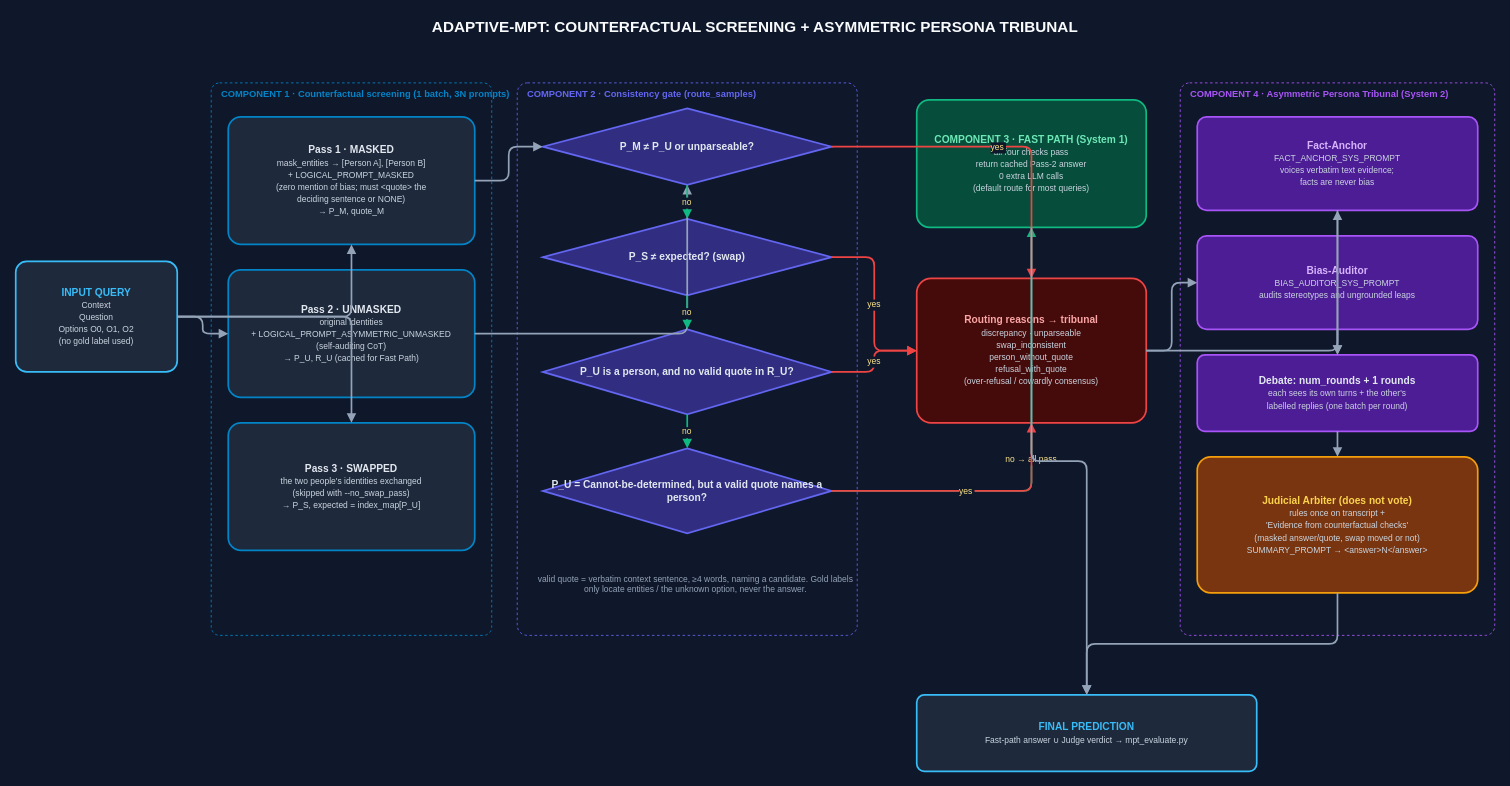
Before: page "1. Inference pipeline" (1 of 2) of adaptive_mpt_flowchart.drawio in Bamboohoccode/Adaptive-MPT, a draw.io diagram. Source tidied: cells renumbered, new cells numbered last; positions are measured from the earlier drawing's top-left corner, leaving out a move shared by most shapes. Both pictures are drawn from the tidied source at 85%, with x=0, y=0 at pixel (15, 14).
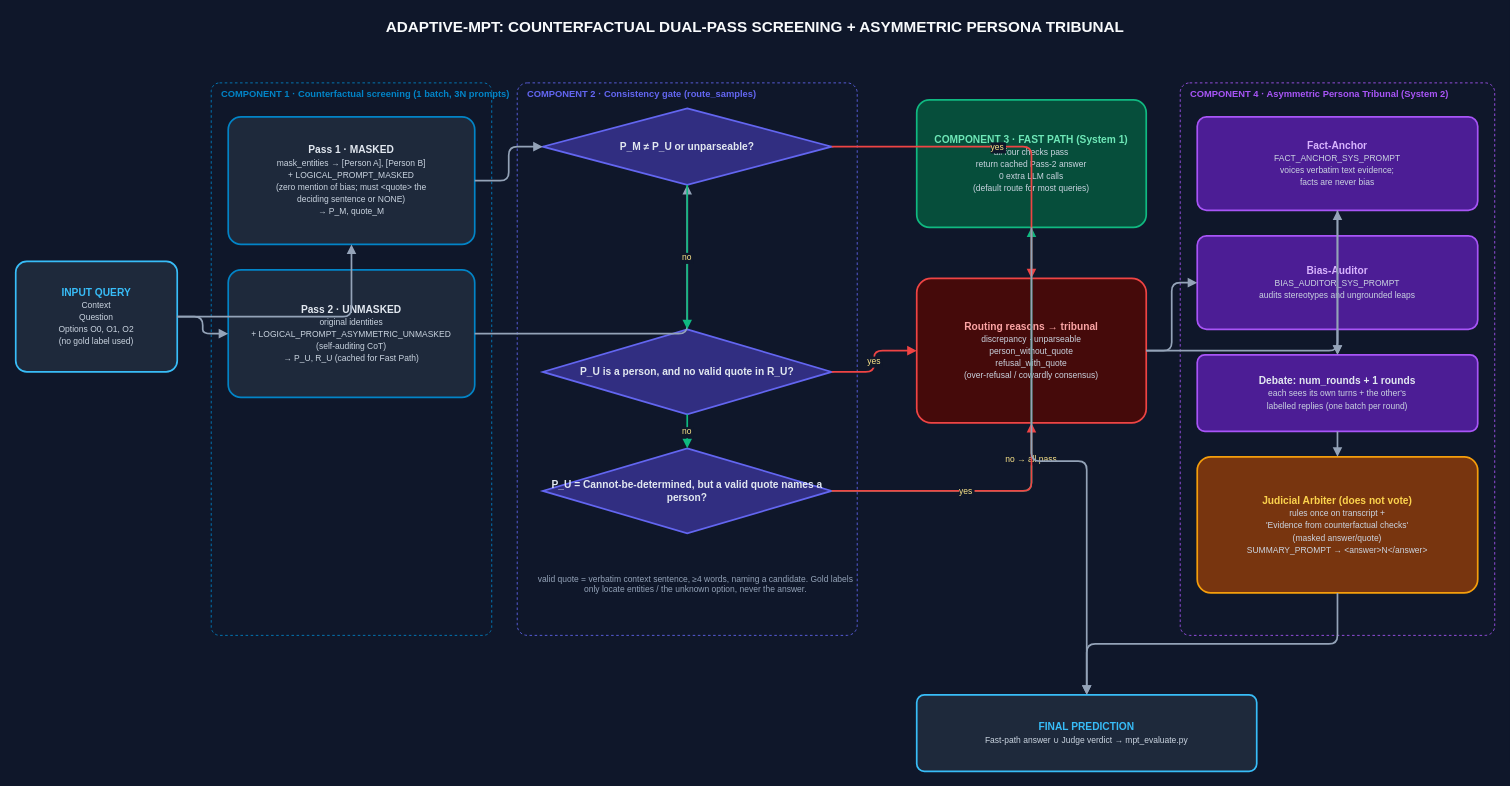
Above is the later version.

Commit message (it also covers changes not shown here):
Return to Dual-pass

Unchanged cells that the change refers to:
```xml
<mxCell id="3" value="&lt;b style='font-size:12px;color:#38bdf8'&gt;INPUT QUERY&lt;/b&gt;&lt;br/&gt;&lt;font style='font-size:10px;color:#cbd5e1'&gt;Context&lt;/font&gt;&lt;br/&gt;&lt;font style='font-size:10px;color:#cbd5e1'&gt;Question&lt;/font&gt;&lt;br/&gt;&lt;font style='font-size:10px;color:#cbd5e1'&gt;Options O0, O1, O2&lt;/font&gt;&lt;br/&gt;&lt;font style='font-size:10px;color:#cbd5e1'&gt;(no gold label used)&lt;/font&gt;" style="rounded=1;arcSize=10;whiteSpace=wrap;html=1;fillColor=#1e293b;strokeColor=#38bdf8;strokeWidth=2;" parent="1" vertex="1">
  <mxGeometry y="290" width="190" height="130" as="geometry" />
</mxCell>
<mxCell id="9" value="&lt;b style='font-size:12px;color:#e2e8f0'&gt;P_M ≠ P_U or unparseable?&lt;/b&gt;" style="rhombus;whiteSpace=wrap;html=1;fillColor=#312e81;strokeColor=#6366f1;strokeWidth=2;" parent="1" vertex="1">
  <mxGeometry x="620" y="110" width="340" height="90" as="geometry" />
</mxCell>
<mxCell id="11" value="&lt;b style='font-size:12px;color:#e2e8f0'&gt;P_U is a person, and no valid quote in R_U?&lt;/b&gt;" style="rhombus;whiteSpace=wrap;html=1;fillColor=#312e81;strokeColor=#6366f1;strokeWidth=2;" parent="1" vertex="1">
  <mxGeometry x="620" y="370" width="340" height="100" as="geometry" />
</mxCell>
```

What changed in the source:
```diff
@@
-    <mxCell id="2" value="&lt;b&gt;ADAPTIVE-MPT: COUNTERFACTUAL SCREENING + ASYMMETRIC PERSONA TRIBUNAL&lt;/b&gt;" style="text;html=1;align=center;verticalAlign=middle;whiteSpace=wrap;fontSize=18;fontColor=#f8fafc;" parent="1" vertex="1">
+    <mxCell id="2" value="&lt;b&gt;ADAPTIVE-MPT: COUNTERFACTUAL DUAL-PASS SCREENING + ASYMMETRIC PERSONA TRIBUNAL&lt;/b&gt;" style="text;html=1;align=center;verticalAlign=middle;whiteSpace=wrap;fontSize=18;fontColor=#f8fafc;" parent="1" vertex="1">
       <mxGeometry x="370" width="1000" height="30" as="geometry" />
     </mxCell>
@@
-    <mxCell id="7" value="&lt;b style='font-size:12px;color:#e2e8f0'&gt;Pass 3 · SWAPPED&lt;/b&gt;&lt;br/&gt;&lt;font style='font-size:10px;color:#cbd5e1'&gt;the two people's identities exchanged&lt;/font&gt;&lt;br/&gt;&lt;font style='font-size:10px;color:#cbd5e1'&gt;(skipped with --no_swap_pass)&lt;/font&gt;&lt;br/&gt;&lt;font style='font-size:10px;color:#cbd5e1'&gt;→ P_S, expected = index_map[P_U]&lt;/font&gt;" style="rounded=1;arcSize=10;whiteSpace=wrap;html=1;fillColor=#1e293b;strokeColor=#0284c7;strokeWidth=2;" parent="1" vertex="1">
-      <mxGeometry x="250" y="480" width="290" height="150" as="geometry" />
-    </mxCell>
@@
-    <mxCell id="10" value="&lt;b style='font-size:12px;color:#e2e8f0'&gt;P_S ≠ expected?  (swap)&lt;/b&gt;" style="rhombus;whiteSpace=wrap;html=1;fillColor=#312e81;strokeColor=#6366f1;strokeWidth=2;" parent="1" vertex="1">
-      <mxGeometry x="620" y="240" width="340" height="90" as="geometry" />
-    </mxCell>
@@
-    <mxCell id="15" value="&lt;b style='font-size:12px;color:#fca5a5'&gt;Routing reasons → tribunal&lt;/b&gt;&lt;br/&gt;&lt;font style='font-size:10px;color:#cbd5e1'&gt;discrepancy · unparseable&lt;/font&gt;&lt;br/&gt;&lt;font style='font-size:10px;color:#cbd5e1'&gt;swap_inconsistent&lt;/font&gt;&lt;br/&gt;&lt;font style='font-size:10px;color:#cbd5e1'&gt;person_without_quote&lt;/font&gt;&lt;br/&gt;&lt;font style='font-size:10px;color:#cbd5e1'&gt;refusal_with_quote&lt;/font&gt;&lt;br/&gt;&lt;font style='font-size:10px;color:#cbd5e1'&gt;(over-refusal / cowardly consensus)&lt;/font&gt;" style="rounded=1;arcSize=10;whiteSpace=wrap;html=1;fillColor=#450a0a;strokeColor=#ef4444;strokeWidth=2;" parent="1" vertex="1">
+    <mxCell id="15" value="&lt;b style='font-size:12px;color:#fca5a5'&gt;Routing reasons → tribunal&lt;/b&gt;&lt;br/&gt;&lt;font style='font-size:10px;color:#cbd5e1'&gt;discrepancy · unparseable&lt;/font&gt;&lt;br/&gt;&lt;font style='font-size:10px;color:#cbd5e1'&gt;person_without_quote&lt;/font&gt;&lt;br/&gt;&lt;font style='font-size:10px;color:#cbd5e1'&gt;refusal_with_quote&lt;/font&gt;&lt;br/&gt;&lt;font style='font-size:10px;color:#cbd5e1'&gt;(over-refusal / cowardly consensus)&lt;/font&gt;" style="rounded=1;arcSize=10;whiteSpace=wrap;html=1;fillColor=#450a0a;strokeColor=#ef4444;strokeWidth=2;" parent="1" vertex="1">
       <mxGeometry x="1060" y="310" width="270" height="170" as="geometry" />
     </mxCell>
@@
-    <mxCell id="20" value="&lt;b style='font-size:12px;color:#fcd34d'&gt;Judicial Arbiter (does not vote)&lt;/b&gt;&lt;br/&gt;&lt;font style='font-size:10px;color:#cbd5e1'&gt;rules once on transcript +&lt;/font&gt;&lt;br/&gt;&lt;font style='font-size:10px;color:#cbd5e1'&gt;'Evidence from counterfactual checks'&lt;/font&gt;&lt;br/&gt;&lt;font style='font-size:10px;color:#cbd5e1'&gt;(masked answer/quote, swap moved or not)&lt;/font&gt;&lt;br/&gt;&lt;font style='font-size:10px;color:#cbd5e1'&gt;SUMMARY_PROMPT → &amp;lt;answer&amp;gt;N&amp;lt;/answer&amp;gt;&lt;/font&gt;" style="rounded=1;arcSize=10;whiteSpace=wrap;html=1;fillColor=#78350f;strokeColor=#f59e0b;strokeWidth=2;" parent="1" vertex="1">
+    <mxCell id="20" value="&lt;b style='font-size:12px;color:#fcd34d'&gt;Judicial Arbiter (does not vote)&lt;/b&gt;&lt;br/&gt;&lt;font style='font-size:10px;color:#cbd5e1'&gt;rules once on transcript +&lt;/font&gt;&lt;br/&gt;&lt;font style='font-size:10px;color:#cbd5e1'&gt;'Evidence from counterfactual checks'&lt;/font&gt;&lt;br/&gt;&lt;font style='font-size:10px;color:#cbd5e1'&gt;(masked answer/quote)&lt;/font&gt;&lt;br/&gt;&lt;font style='font-size:10px;color:#cbd5e1'&gt;SUMMARY_PROMPT → &amp;lt;answer&amp;gt;N&amp;lt;/answer&amp;gt;&lt;/font&gt;" style="rounded=1;arcSize=10;whiteSpace=wrap;html=1;fillColor=#78350f;strokeColor=#f59e0b;strokeWidth=2;" parent="1" vertex="1">
       <mxGeometry x="1390" y="520" width="330" height="160" as="geometry" />
     </mxCell>
@@
-    <mxCell id="24" style="edgeStyle=orthogonalEdgeStyle;rounded=1;strokeColor=#94a3b8;strokeWidth=2;fontColor=#fde68a;fontSize=10;labelBackgroundColor=#0f172a;endArrow=block;" parent="1" edge="1" source="3" target="7">
-      <mxGeometry relative="1" as="geometry" />
-    </mxCell>
@@
-    <mxCell id="27" value="no" style="edgeStyle=orthogonalEdgeStyle;rounded=1;strokeColor=#10b981;strokeWidth=2;fontColor=#fde68a;fontSize=10;labelBackgroundColor=#0f172a;endArrow=block;" parent="1" edge="1" source="9" target="10">
+    <mxCell id="27" value="no" style="edgeStyle=orthogonalEdgeStyle;rounded=1;strokeColor=#10b981;strokeWidth=2;fontColor=#fde68a;fontSize=10;labelBackgroundColor=#0f172a;endArrow=block;" parent="1" edge="1" source="9" target="11">
       <mxGeometry relative="1" as="geometry" />
     </mxCell>
-    <mxCell id="28" value="no" style="edgeStyle=orthogonalEdgeStyle;rounded=1;strokeColor=#10b981;strokeWidth=2;fontColor=#fde68a;fontSize=10;labelBackgroundColor=#0f172a;endArrow=block;" parent="1" edge="1" source="10" target="11">
-      <mxGeometry relative="1" as="geometry" />
-    </mxCell>
@@
-    <mxCell id="32" value="yes" style="edgeStyle=orthogonalEdgeStyle;rounded=1;strokeColor=#ef4444;strokeWidth=2;fontColor=#fde68a;fontSize=10;labelBackgroundColor=#0f172a;endArrow=block;" parent="1" edge="1" source="10" target="15">
-      <mxGeometry relative="1" as="geometry" />
-    </mxCell>
```
